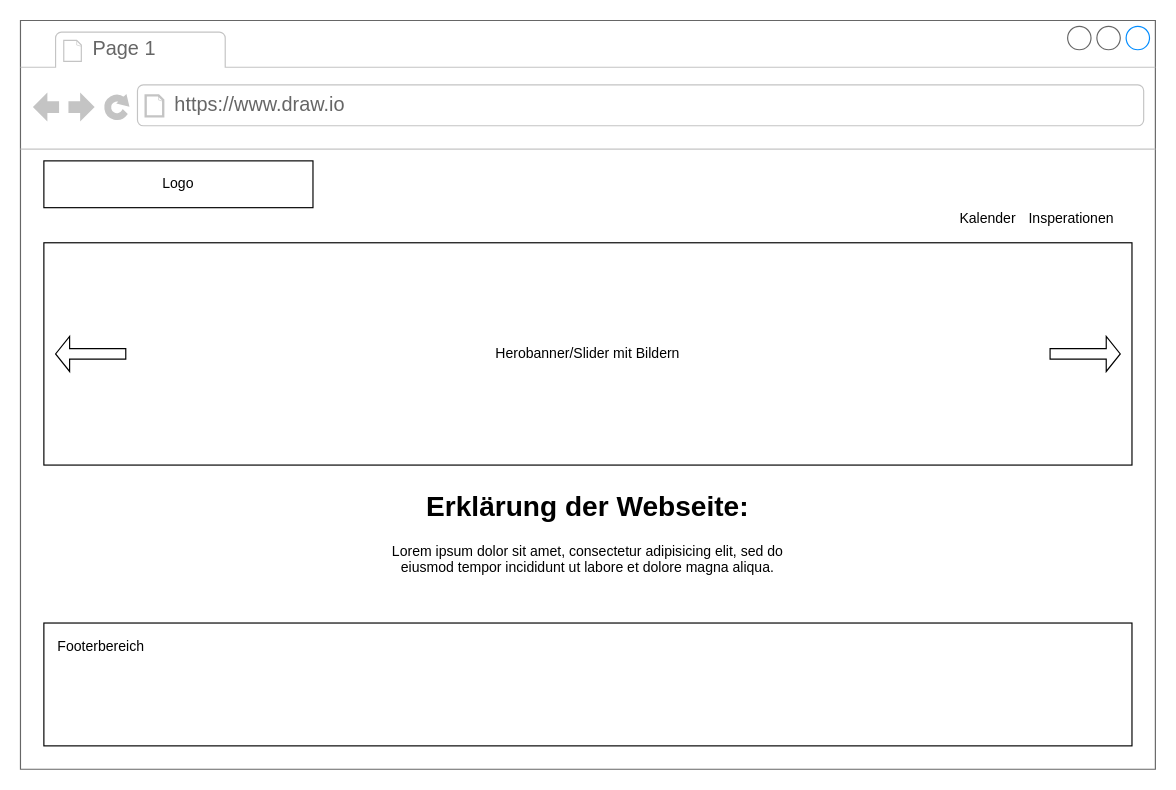
The draw.io diagram Startseite.drawio in LostMyNutsLastXMas/M293_Projektarbeit, before the edit. Source tidied: cells renumbered, new cells numbered last; positions are measured from the earlier drawing's top-left corner, leaving out a move shared by most shapes. Both pictures are drawn from the tidied source at 117%, with x=0, y=0 at pixel (20, 20).
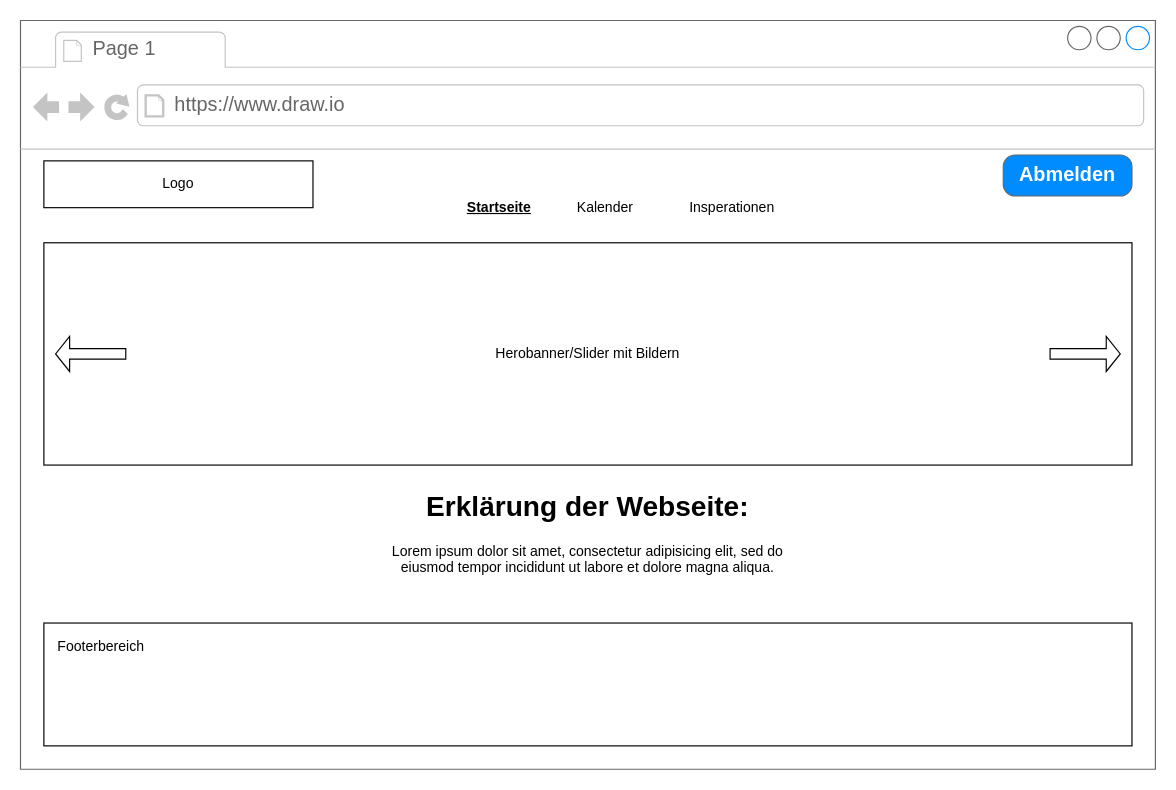
Above is the later version.

Diff of the diagram source:
```diff
@@
 <mxGraphModel>
   <root>
     <mxCell id="0" />
     <mxCell id="1" parent="0" />
     <mxCell id="2" style="strokeWidth=1;shadow=0;dashed=0;align=center;html=1;shape=mxgraph.mockup.containers.browserWindow;rSize=0;strokeColor=#666666;strokeColor2=#008cff;strokeColor3=#c4c4c4;mainText=,;" parent="1" vertex="1">
       <mxGeometry width="970" height="640" as="geometry" />
     </mxCell>
     <mxCell id="3" value="Page 1" style="strokeWidth=1;shadow=0;dashed=0;align=center;html=1;shape=mxgraph.mockup.containers.anchor;fontSize=17;fontColor=#666666;align=left;whiteSpace=wrap;" parent="2" vertex="1">
       <mxGeometry x="60" y="12" width="110" height="26" as="geometry" />
     </mxCell>
     <mxCell id="4" value="https://www.draw.io" style="strokeWidth=1;shadow=0;dashed=0;align=center;html=1;shape=mxgraph.mockup.containers.anchor;rSize=0;fontSize=17;fontColor=#666666;align=left;" parent="2" vertex="1">
       <mxGeometry x="130" y="60" width="250" height="26" as="geometry" />
     </mxCell>
     <mxCell id="5" value="Logo" style="rounded=0;whiteSpace=wrap;html=1;" parent="2" vertex="1">
       <mxGeometry x="20" y="120" width="230" height="40" as="geometry" />
     </mxCell>
     <mxCell id="6" value="Herobanner/Slider mit Bildern" style="rounded=0;whiteSpace=wrap;html=1;" parent="2" vertex="1">
       <mxGeometry x="20" y="190" width="930" height="190" as="geometry" />
     </mxCell>
     <mxCell id="7" style="shape=singleArrow;whiteSpace=wrap;html=1;" parent="2" vertex="1">
       <mxGeometry x="880" y="270" width="60" height="30" as="geometry" />
     </mxCell>
     <mxCell id="8" style="shape=singleArrow;whiteSpace=wrap;html=1;direction=west;" parent="2" vertex="1">
       <mxGeometry x="30" y="270" width="60" height="30" as="geometry" />
     </mxCell>
-    <mxCell id="9" value="Kalender" style="text;html=1;whiteSpace=wrap;strokeColor=none;fillColor=none;align=left;verticalAlign=middle;rounded=0;" parent="2" vertex="1">
-      <mxGeometry x="801" y="160" width="50" height="20" as="geometry" />
+    <mxCell id="9" value="&lt;b&gt;&lt;u&gt;Startseite&lt;/u&gt;&lt;/b&gt;" style="text;html=1;whiteSpace=wrap;strokeColor=none;fillColor=none;align=left;verticalAlign=middle;rounded=0;" parent="2" vertex="1">
+      <mxGeometry x="380" y="150" width="50" height="20" as="geometry" />
     </mxCell>
     <mxCell id="10" value="Insperationen" style="text;html=1;whiteSpace=wrap;strokeColor=none;fillColor=none;align=left;verticalAlign=middle;rounded=0;" parent="2" vertex="1">
-      <mxGeometry x="860" y="160" width="90" height="20" as="geometry" />
+      <mxGeometry x="570" y="150" width="90" height="20" as="geometry" />
     </mxCell>
     <mxCell id="11" value="&lt;h1 style=&quot;margin-top: 0px;&quot;&gt;Erklärung der Webseite:&lt;/h1&gt;&lt;p&gt;Lorem ipsum dolor sit amet, consectetur adipisicing elit, sed do eiusmod tempor incididunt ut labore et dolore magna aliqua.&lt;/p&gt;" style="text;html=1;whiteSpace=wrap;overflow=hidden;rounded=0;align=center;" parent="2" vertex="1">
       <mxGeometry x="310" y="395" width="350" height="105" as="geometry" />
     </mxCell>
     <mxCell id="12" style="rounded=0;whiteSpace=wrap;html=1;" parent="2" vertex="1">
       <mxGeometry x="20" y="515" width="930" height="105" as="geometry" />
     </mxCell>
     <mxCell id="13" value="Footerbereich" style="text;html=1;whiteSpace=wrap;strokeColor=none;fillColor=none;align=left;verticalAlign=middle;rounded=0;" parent="2" vertex="1">
       <mxGeometry x="30" y="520" width="80" height="30" as="geometry" />
     </mxCell>
+    <mxCell id="14" value="Kalender" style="text;html=1;whiteSpace=wrap;strokeColor=none;fillColor=none;align=center;verticalAlign=middle;rounded=0;" parent="2" vertex="1">
+      <mxGeometry x="470" y="145" width="60" height="30" as="geometry" />
+    </mxCell>
+    <mxCell id="15" value="Abmelden" style="strokeWidth=1;shadow=0;dashed=0;align=center;html=1;shape=mxgraph.mockup.buttons.button;strokeColor=#666666;fontColor=#ffffff;mainText=;buttonStyle=round;fontSize=17;fontStyle=1;fillColor=#008cff;whiteSpace=wrap;" parent="2" vertex="1">
+      <mxGeometry x="840" y="115" width="110" height="35" as="geometry" />
+    </mxCell>
   </root>
 </mxGraphModel>
```
